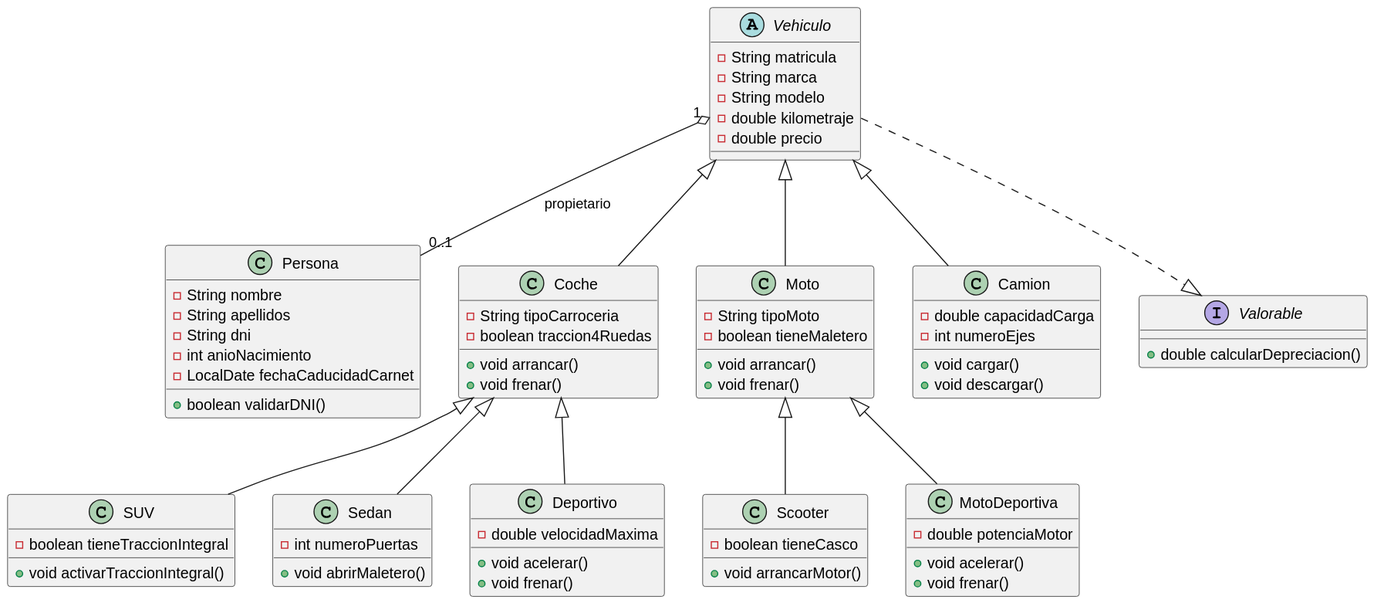
The PlantUML diagram uml/diagrama_clases.svg in MsC254/UT5_ED_Prog, before a commit.
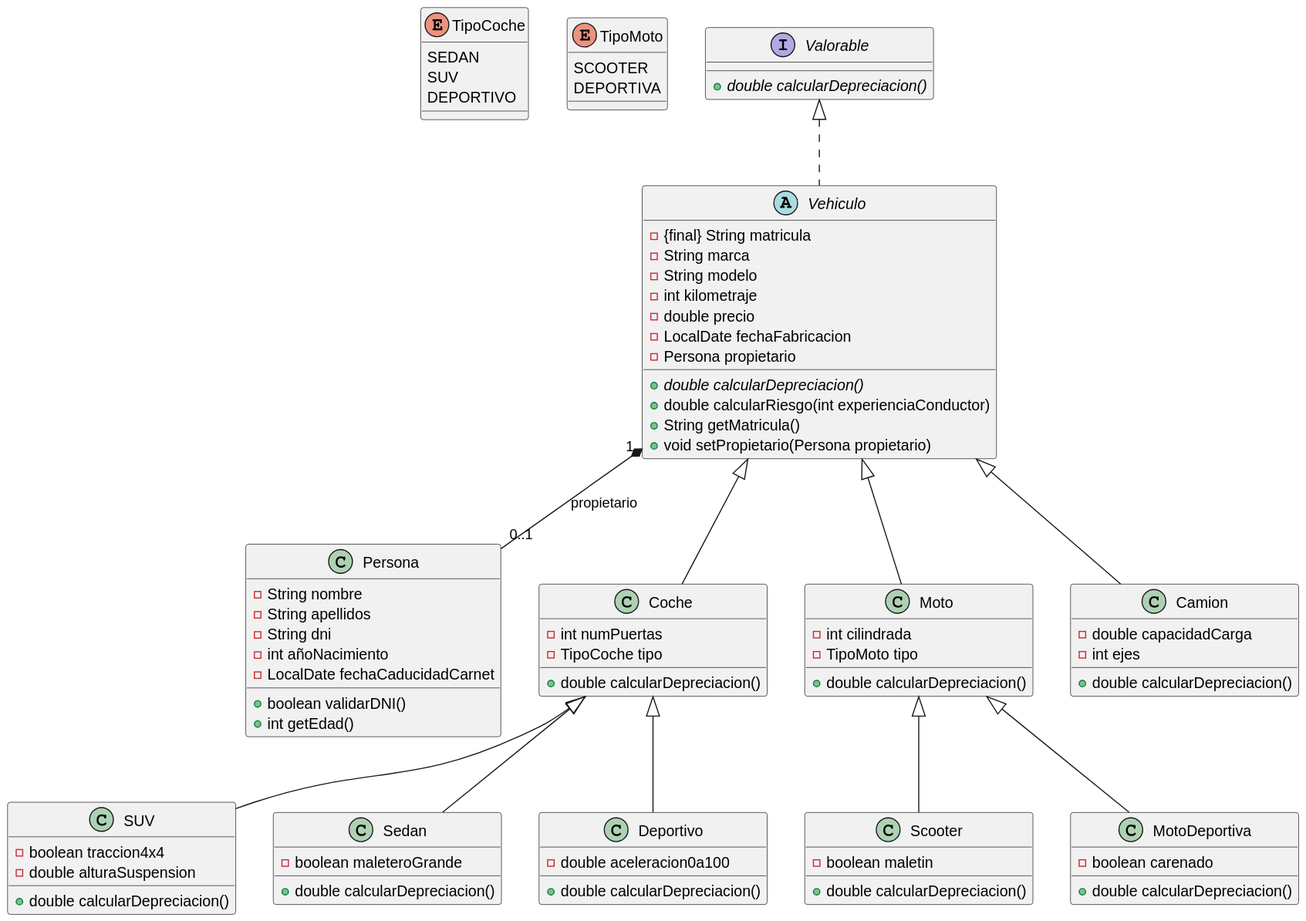
Later version of the same file.

Commit message:
Actualización archivo svg

Diff of the diagram source:
```diff
@@ -1,90 +1,86 @@
 @startuml
-abstract class Vehiculo {
-  - String matricula
-  - String marca
-  - String modelo
-  - double kilometraje
-  - double precio
+enum TipoCoche {
+    SEDAN
+    SUV
+    DEPORTIVO
+}
+
+enum TipoMoto {
+    SCOOTER
+    DEPORTIVA
+}
+
+interface Valorable {
+    + {abstract} double calcularDepreciacion()
+}
+
+abstract class Vehiculo implements Valorable {
+    - {final} String matricula
+    - String marca
+    - String modelo
+    - int kilometraje
+    - double precio
+    - LocalDate fechaFabricacion
+    - Persona propietario
+    + {abstract} double calcularDepreciacion()
+    + double calcularRiesgo(int experienciaConductor)
+    + String getMatricula()
+    + void setPropietario(Persona propietario)
 }
 
 class Persona {
-  - String nombre
-  - String apellidos
-  - String dni
-  - int anioNacimiento
-  - LocalDate fechaCaducidadCarnet
-
-  + boolean validarDNI()
+    - String nombre
+    - String apellidos
+    - String dni
+    - int añoNacimiento
+    - LocalDate fechaCaducidadCarnet
+    + boolean validarDNI()
+    + int getEdad()
 }
 
-class Coche {
-  - String tipoCarroceria
-  - boolean traccion4Ruedas
-
-  + void arrancar()
-  + void frenar()
+class Coche extends Vehiculo {
+    - int numPuertas
+    - TipoCoche tipo
+    + double calcularDepreciacion()
 }
 
-class Moto {
-  - String tipoMoto
-  - boolean tieneMaletero
-
-  + void arrancar()
-  + void frenar()
+class Moto extends Vehiculo {
+    - int cilindrada
+    - TipoMoto tipo
+    + double calcularDepreciacion()
 }
 
-class Camion {
-  - double capacidadCarga
-  - int numeroEjes
-
-  + void cargar()
-  + void descargar()
+class Camion extends Vehiculo {
+    - double capacidadCarga
+    - int ejes
+    + double calcularDepreciacion()
 }
 
-class SUV {
-  - boolean tieneTraccionIntegral
-
-  + void activarTraccionIntegral()
+class SUV extends Coche {
+    - boolean traccion4x4
+    - double alturaSuspension
+    + double calcularDepreciacion()
 }
 
-class Sedan {
-  - int numeroPuertas
-
-  + void abrirMaletero()
+class Sedan extends Coche {
+    - boolean maleteroGrande
+    + double calcularDepreciacion()
 }
 
-class Deportivo {
-  - double velocidadMaxima
-
-  + void acelerar()
-  + void frenar()
+class Deportivo extends Coche {
+    - double aceleracion0a100
+    + double calcularDepreciacion()
 }
 
-class Scooter {
-  - boolean tieneCasco
-
-  + void arrancarMotor()
+class Scooter extends Moto {
+    - boolean maletin
+    + double calcularDepreciacion()
 }
 
-class MotoDeportiva {
-  - double potenciaMotor
-
-  + void acelerar()
-  + void frenar()
+class MotoDeportiva extends Moto {
+    - boolean carenado
+    + double calcularDepreciacion()
 }
 
-interface Valorable {
-  + double calcularDepreciacion()
-}
-
-Vehiculo <|-- Coche
-Vehiculo <|-- Moto
-Vehiculo <|-- Camion
-Coche <|-- SUV
-Coche <|-- Sedan
-Coche <|-- Deportivo
-Moto <|-- Scooter
-Moto <|-- MotoDeportiva
-Vehiculo "1" o-- "0..1" Persona : propietario
-Vehiculo ..|> Valorable
+Vehiculo "1" *-- "0..1" Persona : propietario
 @enduml
```
